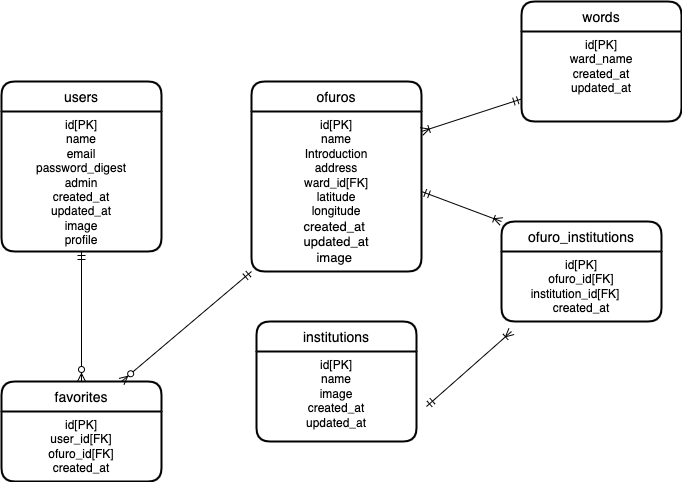
The draw.io diagram readme/er図.png in idesho/Oshisen_Kawasaki, before a commit. Source tidied: cells renumbered, new cells last; positions are measured from the earlier drawing's top-left corner, leaving out a move shared by most shapes.
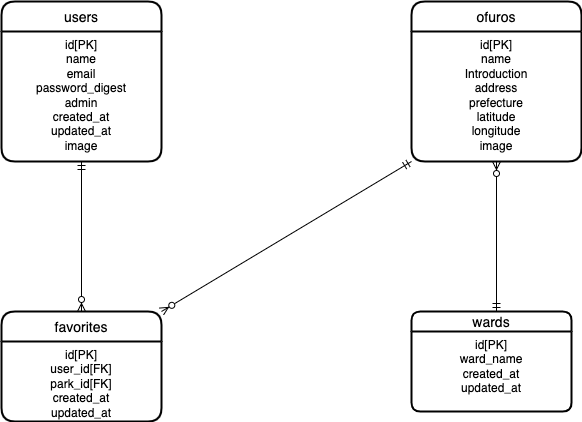
After the change.

The edit, as a diff of the source:
```diff
@@ -3,62 +3,41 @@
     <mxCell id="0" />
     <mxCell id="1" parent="0" />
     <mxCell id="2" value="users" style="swimlane;horizontal=1;startSize=30;rounded=1;fontSize=14;fontStyle=0;strokeWidth=2;shadow=0;dashed=0;align=center;" parent="1" vertex="1">
-      <mxGeometry y="80" width="160" height="170" as="geometry" />
+      <mxGeometry y="60" width="160" height="160" as="geometry" />
     </mxCell>
-    <mxCell id="3" value="id[PK]&lt;br&gt;name&lt;br&gt;email&lt;br&gt;password_digest&lt;br&gt;admin&lt;br&gt;created_at&lt;br&gt;updated_at&lt;br&gt;image&lt;br&gt;profile" style="text;whiteSpace=wrap;html=1;align=center;" parent="2" vertex="1">
-      <mxGeometry y="30" width="160" height="140" as="geometry" />
+    <mxCell id="3" value="id[PK]&lt;br&gt;name&lt;br&gt;email&lt;br&gt;password_digest&lt;br&gt;admin&lt;br&gt;created_at&lt;br&gt;updated_at&lt;br&gt;image" style="text;whiteSpace=wrap;html=1;align=center;" parent="2" vertex="1">
+      <mxGeometry y="30" width="160" height="130" as="geometry" />
     </mxCell>
     <mxCell id="4" value="ofuros" style="swimlane;horizontal=1;startSize=30;rounded=1;fontSize=14;fontStyle=0;strokeWidth=2;shadow=0;dashed=0;align=center;" parent="1" vertex="1">
-      <mxGeometry x="250" y="80" width="170" height="190" as="geometry" />
+      <mxGeometry x="410" y="60" width="170" height="160" as="geometry" />
     </mxCell>
-    <mxCell id="5" value="&lt;div style=&quot;&quot;&gt;&lt;span style=&quot;background-color: initial;&quot;&gt;id[PK]&lt;/span&gt;&lt;/div&gt;name&lt;br&gt;Introduction&lt;br&gt;address&lt;br&gt;ward_id[FK]&lt;br&gt;latitude&lt;br&gt;longitude&lt;br&gt;&lt;div style=&quot;text-align: start;&quot;&gt;&lt;font face=&quot;Roboto, RobotoDraft, Helvetica, Arial, sans-serif&quot;&gt;&lt;span style=&quot;font-size: 13px; background-color: rgb(255, 255, 255);&quot;&gt;created_at&lt;/span&gt;&lt;/font&gt;&lt;/div&gt;&lt;div style=&quot;text-align: start;&quot;&gt;&lt;font face=&quot;Roboto, RobotoDraft, Helvetica, Arial, sans-serif&quot;&gt;&lt;span style=&quot;background-color: rgb(255, 255, 255);&quot;&gt;&lt;span style=&quot;font-size: 13px;&quot;&gt;updated_at&lt;/span&gt;&lt;br&gt;&lt;/span&gt;&lt;/font&gt;&lt;/div&gt;&lt;div style=&quot;text-align: start;&quot;&gt;&lt;font face=&quot;Roboto, RobotoDraft, Helvetica, Arial, sans-serif&quot;&gt;&lt;span style=&quot;background-color: rgb(255, 255, 255);&quot;&gt;&lt;span style=&quot;font-size: 13px;&quot;&gt;　image&lt;/span&gt;&lt;/span&gt;&lt;/font&gt;&lt;/div&gt;" style="text;whiteSpace=wrap;html=1;align=center;" parent="4" vertex="1">
-      <mxGeometry y="30" width="170" height="160" as="geometry" />
+    <mxCell id="5" value="&lt;div style=&quot;&quot;&gt;&lt;span style=&quot;background-color: initial;&quot;&gt;id[PK]&lt;/span&gt;&lt;/div&gt;name&lt;br&gt;Introduction&lt;br&gt;address&lt;br&gt;prefecture&lt;br&gt;latitude&lt;br&gt;longitude&lt;br&gt;image" style="text;whiteSpace=wrap;html=1;align=center;" parent="4" vertex="1">
+      <mxGeometry y="30" width="170" height="130" as="geometry" />
     </mxCell>
     <mxCell id="6" value="favorites" style="swimlane;horizontal=1;startSize=30;rounded=1;fontSize=14;fontStyle=0;strokeWidth=2;shadow=0;dashed=0;align=center;" parent="1" vertex="1">
-      <mxGeometry y="380" width="160" height="100" as="geometry" />
+      <mxGeometry y="370" width="160" height="110" as="geometry" />
     </mxCell>
-    <mxCell id="7" value="id[PK]&lt;br&gt;user_id[FK]&lt;br&gt;ofuro_id[FK]&lt;br&gt;created_at" style="text;whiteSpace=wrap;html=1;align=center;" parent="6" vertex="1">
-      <mxGeometry y="30" width="160" height="70" as="geometry" />
+    <mxCell id="7" value="id[PK]&lt;br&gt;user_id[FK]&lt;br&gt;park_id[FK]&lt;br&gt;created_at&lt;br&gt;updated_at" style="text;whiteSpace=wrap;html=1;align=center;" parent="6" vertex="1">
+      <mxGeometry y="30" width="160" height="80" as="geometry" />
     </mxCell>
-    <mxCell id="8" value="institutions" style="swimlane;horizontal=1;startSize=30;rounded=1;fontSize=14;fontStyle=0;strokeWidth=2;shadow=0;dashed=0;align=center;" parent="1" vertex="1">
-      <mxGeometry x="255" y="320" width="160" height="120" as="geometry" />
-    </mxCell>
-    <mxCell id="9" value="id[PK]&lt;br&gt;name&lt;br&gt;image&lt;br&gt;created_at&lt;br&gt;updated_at" style="text;whiteSpace=wrap;html=1;align=center;" parent="8" vertex="1">
-      <mxGeometry y="30" width="160" height="90" as="geometry" />
-    </mxCell>
-    <mxCell id="10" style="fontSize=12;html=1;endArrow=ERzeroToMany;startArrow=ERmandOne;rounded=0;entryX=0.75;entryY=0;entryDx=0;entryDy=0;exitX=0;exitY=1;exitDx=0;exitDy=0;" parent="1" edge="1" source="5" target="6">
+    <mxCell id="10" style="fontSize=12;html=1;endArrow=ERzeroToMany;startArrow=ERmandOne;rounded=0;entryX=1;entryY=0;entryDx=0;entryDy=0;exitX=0;exitY=1;exitDx=0;exitDy=0;" parent="1" edge="1" source="5" target="6">
       <mxGeometry relative="1" as="geometry" />
     </mxCell>
     <mxCell id="11" style="fontSize=12;html=1;endArrow=ERzeroToMany;startArrow=ERmandOne;rounded=0;exitX=0.5;exitY=1;exitDx=0;exitDy=0;" parent="1" edge="1" source="3">
       <mxGeometry relative="1" as="geometry">
-        <mxPoint x="80" y="380" as="targetPoint" />
+        <mxPoint x="80" y="370" as="targetPoint" />
       </mxGeometry>
     </mxCell>
-    <mxCell id="12" value="ofuro_institutions" style="swimlane;horizontal=1;startSize=30;rounded=1;fontSize=14;fontStyle=0;strokeWidth=2;shadow=0;dashed=0;align=center;" parent="1" vertex="1">
-      <mxGeometry x="500" y="220" width="160" height="100" as="geometry" />
-    </mxCell>
-    <mxCell id="13" value="id[PK]&lt;br&gt;ofuro_id[FK]&lt;br&gt;institution_id[FK]　&lt;br&gt;created_at" style="text;whiteSpace=wrap;html=1;align=center;" parent="12" vertex="1">
-      <mxGeometry y="30" width="160" height="70" as="geometry" />
-    </mxCell>
-    <mxCell id="14" style="fontSize=12;html=1;endArrow=ERoneToMany;startArrow=ERmandOne;rounded=0;exitX=1;exitY=0.5;exitDx=0;exitDy=0;entryX=0;entryY=0;entryDx=0;entryDy=0;" parent="1" edge="1" source="5" target="12">
-      <mxGeometry relative="1" as="geometry" />
-    </mxCell>
-    <mxCell id="15" style="fontSize=12;html=1;endArrow=ERoneToMany;startArrow=ERmandOne;rounded=0;exitX=1;exitY=0.5;exitDx=0;exitDy=0;entryX=0;entryY=1;entryDx=0;entryDy=0;" parent="1" edge="1">
-      <mxGeometry relative="1" as="geometry">
-        <mxPoint x="425" y="405" as="sourcePoint" />
-        <mxPoint x="510" y="330" as="targetPoint" />
-      </mxGeometry>
-    </mxCell>
-    <mxCell id="16" value="words" style="swimlane;horizontal=1;startSize=30;rounded=1;fontSize=14;fontStyle=0;strokeWidth=2;shadow=0;dashed=0;align=center;" parent="1" vertex="1">
-      <mxGeometry x="520" width="160" height="120" as="geometry" />
-    </mxCell>
+    <mxCell id="19" style="fontSize=12;html=1;endArrow=ERzeroToMany;startArrow=ERmandOne;rounded=0;entryX=0.5;entryY=1;entryDx=0;entryDy=0;" parent="1" edge="1" target="5">
+      <mxGeometry relative="1" as="geometry">
+        <mxPoint x="495" y="370" as="sourcePoint" />
+      </mxGeometry>
+    </mxCell>
+    <mxCell id="20" value="wards" style="swimlane;horizontal=1;startSize=20;rounded=1;fontSize=14;fontStyle=0;strokeWidth=2;shadow=0;dashed=0;align=center;" parent="1" vertex="1">
+      <mxGeometry x="410" y="370" width="160" height="100" as="geometry" />
+    </mxCell>
-    <mxCell id="17" value="id[PK]&lt;br&gt;ward_name&lt;br&gt;created_at&lt;br&gt;updated_at" style="text;whiteSpace=wrap;html=1;align=center;" parent="16" vertex="1">
-      <mxGeometry y="30" width="160" height="90" as="geometry" />
+    <mxCell id="17" value="id[PK]&lt;br&gt;&lt;div&gt;ward_name&lt;/div&gt;&lt;div&gt;created_at&lt;/div&gt;&lt;div&gt;updated_at&lt;/div&gt;" style="text;whiteSpace=wrap;html=1;align=center;" parent="20" vertex="1">
+      <mxGeometry y="20" width="160" height="80" as="geometry" />
     </mxCell>
-    <mxCell id="18" style="fontSize=12;html=1;endArrow=ERoneToMany;startArrow=ERmandOne;rounded=0;exitX=0;exitY=0.75;exitDx=0;exitDy=0;entryX=0;entryY=0;entryDx=0;entryDy=0;" parent="1" edge="1" source="17">
-      <mxGeometry relative="1" as="geometry">
-        <mxPoint x="420" y="130" as="targetPoint" />
-      </mxGeometry>
-    </mxCell>
   </root>
 </mxGraphModel>
```
